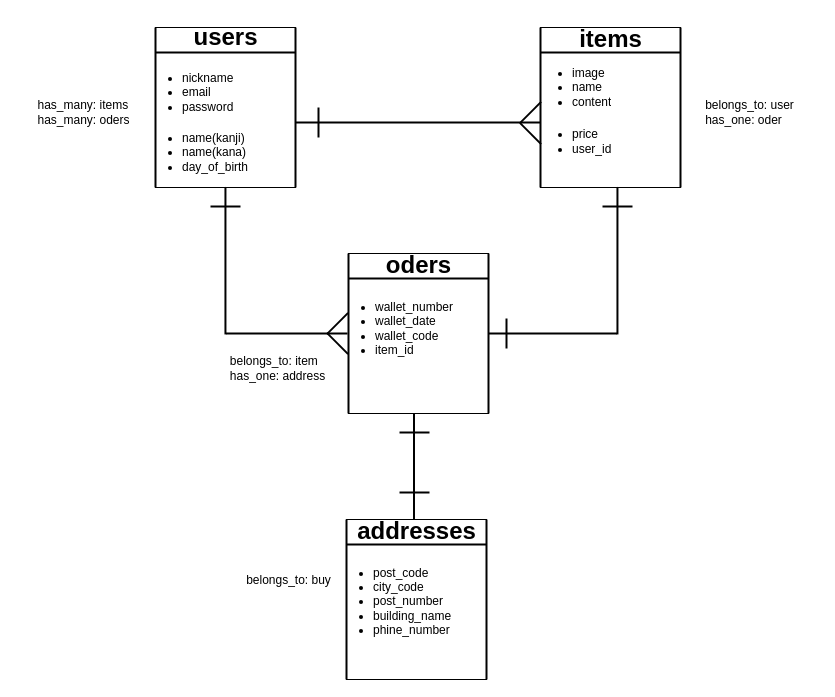
tatsuaki1234/furima-27589 keeps this draw.io diagram as furima-er.dio. Above is the earlier version. Source tidied: cells renumbered, new cells numbered last; positions are measured from the earlier drawing's top-left corner, leaving out a move shared by most shapes. Both pictures are drawn from the tidied source at 100%, with x=0, y=0 at pixel (16, 17).
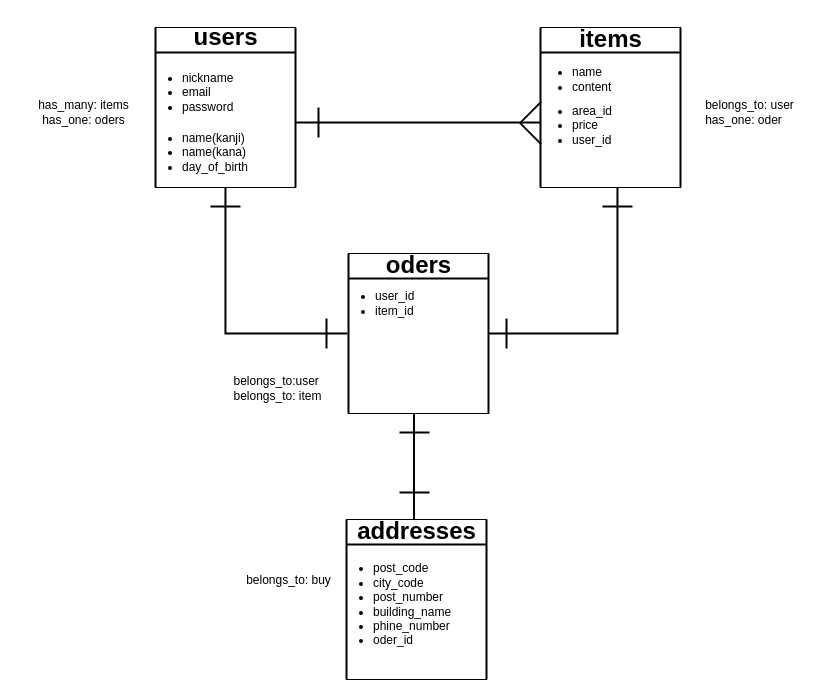
The same page after the edit.

Commit message (it also covers changes not shown here):
READMEとfurima-er.dioの編集(2)

What changed in the source:
```diff
@@
-    <mxCell id="14" value="&lt;ul&gt;&lt;li&gt;image&lt;/li&gt;&lt;li&gt;name&lt;/li&gt;&lt;li&gt;content&lt;/li&gt;&lt;/ul&gt;" style="text;strokeColor=none;fillColor=none;html=1;whiteSpace=wrap;verticalAlign=middle;overflow=hidden;" parent="1" vertex="1">
-      <mxGeometry x="514" y="30" width="100" height="80" as="geometry" />
+    <mxCell id="14" value="&lt;div&gt;&lt;br&gt;&lt;/div&gt;&lt;ul&gt;&lt;li&gt;name&lt;/li&gt;&lt;li&gt;content&lt;/li&gt;&lt;/ul&gt;" style="text;strokeColor=none;fillColor=none;html=1;whiteSpace=wrap;verticalAlign=middle;overflow=hidden;" parent="1" vertex="1">
+      <mxGeometry x="514" y="15" width="100" height="80" as="geometry" />
     </mxCell>
-    <mxCell id="15" value="&lt;ul&gt;&lt;li&gt;price&lt;/li&gt;&lt;li&gt;user_id&lt;/li&gt;&lt;/ul&gt;" style="text;strokeColor=none;fillColor=none;html=1;whiteSpace=wrap;verticalAlign=middle;overflow=hidden;" parent="1" vertex="1">
-      <mxGeometry x="514" y="84" width="100" height="80" as="geometry" />
+    <mxCell id="15" value="&lt;ul&gt;&lt;li&gt;area_id&lt;/li&gt;&lt;li&gt;price&lt;/li&gt;&lt;li&gt;user_id&lt;/li&gt;&lt;/ul&gt;" style="text;strokeColor=none;fillColor=none;html=1;whiteSpace=wrap;verticalAlign=middle;overflow=hidden;" parent="1" vertex="1">
+      <mxGeometry x="514" y="68" width="100" height="80" as="geometry" />
     </mxCell>
-    <mxCell id="16" value="&lt;ul&gt;&lt;li&gt;wallet_number&lt;/li&gt;&lt;li&gt;wallet_date&lt;/li&gt;&lt;li&gt;wallet_code&lt;/li&gt;&lt;li&gt;item_id&lt;/li&gt;&lt;/ul&gt;" style="text;strokeColor=none;fillColor=none;html=1;whiteSpace=wrap;verticalAlign=middle;overflow=hidden;" parent="1" vertex="1">
-      <mxGeometry x="317" y="256" width="150" height="110" as="geometry" />
+    <mxCell id="16" value="&lt;ul&gt;&lt;li&gt;user_id&lt;/li&gt;&lt;li&gt;item_id&lt;/li&gt;&lt;/ul&gt;" style="text;strokeColor=none;fillColor=none;html=1;whiteSpace=wrap;verticalAlign=middle;overflow=hidden;" parent="1" vertex="1">
+      <mxGeometry x="317" y="231" width="150" height="110" as="geometry" />
     </mxCell>
@@
-    <mxCell id="22" value="&lt;ul&gt;&lt;li&gt;post_code&lt;/li&gt;&lt;li&gt;city_code&lt;/li&gt;&lt;li&gt;post_number&lt;/li&gt;&lt;li&gt;building_name&lt;/li&gt;&lt;li&gt;phine_number&lt;/li&gt;&lt;/ul&gt;" style="text;strokeColor=none;fillColor=none;html=1;whiteSpace=wrap;verticalAlign=middle;overflow=hidden;" parent="1" vertex="1">
-      <mxGeometry x="315" y="514.5" width="150" height="139" as="geometry" />
+    <mxCell id="22" value="&lt;ul&gt;&lt;li&gt;post_code&lt;/li&gt;&lt;li&gt;city_code&lt;/li&gt;&lt;li&gt;post_number&lt;/li&gt;&lt;li&gt;building_name&lt;/li&gt;&lt;li&gt;phine_number&lt;/li&gt;&lt;li&gt;oder_id&lt;/li&gt;&lt;/ul&gt;" style="text;strokeColor=none;fillColor=none;html=1;whiteSpace=wrap;verticalAlign=middle;overflow=hidden;" parent="1" vertex="1">
+      <mxGeometry x="315" y="517.5" width="150" height="139" as="geometry" />
     </mxCell>
@@
-    <mxCell id="35" style="line;strokeWidth=2;html=1;rotation=-135;" parent="1" vertex="1">
-      <mxGeometry x="306" y="321" width="30" height="10" as="geometry" />
-    </mxCell>
-    <mxCell id="36" style="line;strokeWidth=2;html=1;rotation=-45;" parent="1" vertex="1">
-      <mxGeometry x="306" y="301" width="30" height="10" as="geometry" />
+    <mxCell id="36" style="line;strokeWidth=2;html=1;rotation=-90;" parent="1" vertex="1">
+      <mxGeometry x="295" y="311" width="30" height="10" as="geometry" />
     </mxCell>
@@
-    <mxCell id="44" value="&lt;div style=&quot;text-align: left&quot;&gt;&lt;span&gt;has_many: items&lt;/span&gt;&lt;/div&gt;has_many: oders" style="text;html=1;strokeColor=none;fillColor=none;align=center;verticalAlign=middle;whiteSpace=wrap;overflow=hidden;" parent="1" vertex="1">
+    <mxCell id="44" value="&lt;div style=&quot;text-align: left&quot;&gt;&lt;span&gt;has_many: items&lt;/span&gt;&lt;/div&gt;has_one: oders" style="text;html=1;strokeColor=none;fillColor=none;align=center;verticalAlign=middle;whiteSpace=wrap;overflow=hidden;" parent="1" vertex="1">
       <mxGeometry x="0.2" y="65" width="135" height="60" as="geometry" />
     </mxCell>
@@
-    <mxCell id="46" value="&lt;div style=&quot;text-align: left&quot;&gt;&lt;span&gt;belongs_to: item&lt;/span&gt;&lt;/div&gt;&lt;div style=&quot;text-align: left&quot;&gt;&lt;span&gt;has_one: address&lt;/span&gt;&lt;/div&gt;" style="text;html=1;strokeColor=none;fillColor=none;align=center;verticalAlign=middle;whiteSpace=wrap;overflow=hidden;" parent="1" vertex="1">
-      <mxGeometry x="194" y="321" width="135" height="60" as="geometry" />
+    <mxCell id="46" value="&lt;div style=&quot;text-align: left&quot;&gt;&lt;span&gt;belongs_to:user&lt;/span&gt;&lt;/div&gt;&lt;div style=&quot;text-align: left&quot;&gt;&lt;span&gt;belongs_to: item&lt;/span&gt;&lt;/div&gt;" style="text;html=1;strokeColor=none;fillColor=none;align=center;verticalAlign=middle;whiteSpace=wrap;overflow=hidden;" parent="1" vertex="1">
+      <mxGeometry x="194" y="341" width="135" height="60" as="geometry" />
     </mxCell>
```
